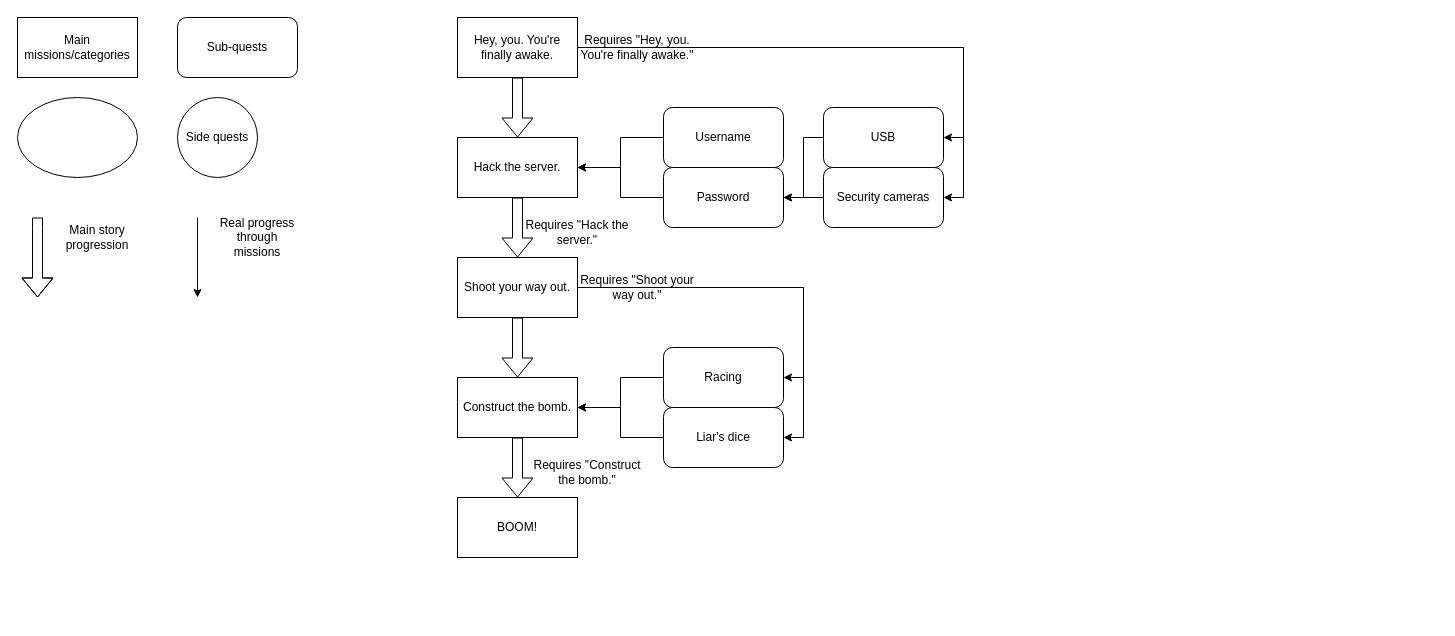
The draw.io diagram quest-tree.drawio in Artx999/cyberSecret, before the edit. Source tidied: cells renumbered, new cells numbered last; positions are measured from the earlier drawing's top-left corner, leaving out a move shared by most shapes. Both pictures are drawn from the tidied source at 100%, with x=0, y=0 at pixel (17, 17).
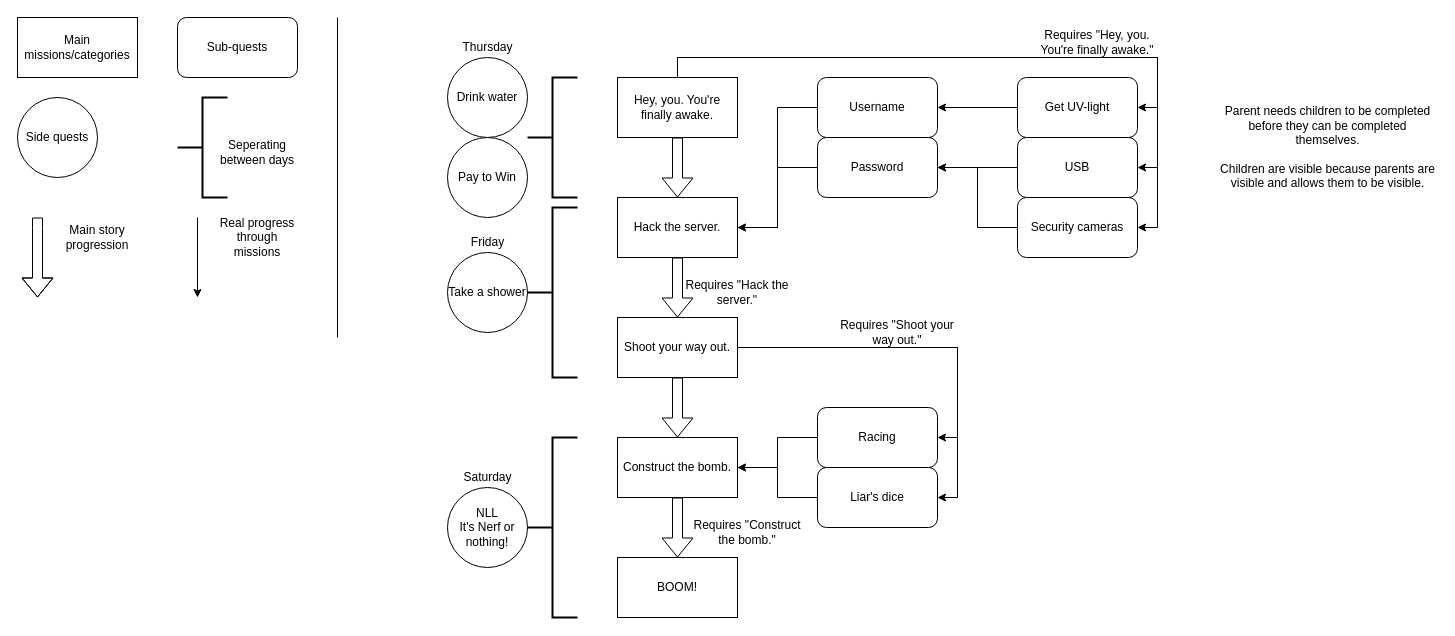
Above is the later version.

Diff of the diagram source:
```diff
@@
     <mxCell id="2" style="edgeStyle=orthogonalEdgeStyle;rounded=0;jettySize=auto;html=1;entryX=1;entryY=0.5;entryDx=0;entryDy=0;" parent="1" edge="1" source="4" target="26">
-      <mxGeometry relative="1" as="geometry" />
+      <mxGeometry relative="1" as="geometry">
+        <Array as="points">
+          <mxPoint x="660" y="40" />
+          <mxPoint x="1140" y="40" />
+          <mxPoint x="1140" y="150" />
+        </Array>
+      </mxGeometry>
     </mxCell>
     <mxCell id="3" style="edgeStyle=orthogonalEdgeStyle;rounded=0;jettySize=auto;html=1;entryX=1;entryY=0.5;entryDx=0;entryDy=0;" parent="1" edge="1" source="4" target="24">
-      <mxGeometry relative="1" as="geometry" />
+      <mxGeometry relative="1" as="geometry">
+        <Array as="points">
+          <mxPoint x="660" y="40" />
+          <mxPoint x="1140" y="40" />
+          <mxPoint x="1140" y="210" />
+        </Array>
+      </mxGeometry>
     </mxCell>
+    <mxCell id="39" style="edgeStyle=orthogonalEdgeStyle;rounded=0;jettySize=auto;html=1;entryX=1;entryY=0.5;entryDx=0;entryDy=0;exitX=0.5;exitY=0;exitDx=0;exitDy=0;" parent="1" edge="1" source="4" target="42">
+      <mxGeometry relative="1" as="geometry">
+        <Array as="points">
+          <mxPoint x="660" y="40" />
+          <mxPoint x="1140" y="40" />
+          <mxPoint x="1140" y="90" />
+        </Array>
+      </mxGeometry>
+    </mxCell>
     <mxCell id="4" value="Hey, you. You're finally awake." style="rounded=0;whiteSpace=wrap;html=1;" parent="1" vertex="1">
-      <mxGeometry x="440" width="120" height="60" as="geometry" />
+      <mxGeometry x="600" y="60" width="120" height="60" as="geometry" />
     </mxCell>
     <mxCell id="5" value="Hack the server." style="rounded=0;whiteSpace=wrap;html=1;" parent="1" vertex="1">
-      <mxGeometry x="440" y="120" width="120" height="60" as="geometry" />
+      <mxGeometry x="600" y="180" width="120" height="60" as="geometry" />
     </mxCell>
@@
-    <mxCell id="8" style="ellipse;whiteSpace=wrap;html=1;" parent="1" vertex="1">
-      <mxGeometry y="80" width="120" height="80" as="geometry" />
-    </mxCell>
     <mxCell id="9" value="Requires &quot;Hey, you. You're finally awake.&quot;" style="text;html=1;strokeColor=none;fillColor=none;align=center;verticalAlign=middle;whiteSpace=wrap;rounded=0;" parent="1" vertex="1">
-      <mxGeometry x="560" y="15" width="120" height="30" as="geometry" />
+      <mxGeometry x="1020" y="10" width="120" height="30" as="geometry" />
     </mxCell>
     <mxCell id="10" value="Construct the bomb." style="rounded=0;whiteSpace=wrap;html=1;" parent="1" vertex="1">
-      <mxGeometry x="440" y="360" width="120" height="60" as="geometry" />
+      <mxGeometry x="600" y="420" width="120" height="60" as="geometry" />
     </mxCell>
     <mxCell id="11" value="Side quests" style="ellipse;whiteSpace=wrap;html=1;" parent="1" vertex="1">
-      <mxGeometry x="160" y="80" width="80" height="80" as="geometry" />
+      <mxGeometry y="80" width="80" height="80" as="geometry" />
     </mxCell>
     <mxCell id="12" value="BOOM!" style="rounded=0;whiteSpace=wrap;html=1;" parent="1" vertex="1">
-      <mxGeometry x="440" y="480" width="120" height="60" as="geometry" />
+      <mxGeometry x="600" y="540" width="120" height="60" as="geometry" />
     </mxCell>
     <mxCell id="13" value="Requires &quot;Shoot your way out.&quot;" style="text;html=1;strokeColor=none;fillColor=none;align=center;verticalAlign=middle;whiteSpace=wrap;rounded=0;" parent="1" vertex="1">
-      <mxGeometry x="560" y="255" width="120" height="30" as="geometry" />
+      <mxGeometry x="820" y="300" width="120" height="30" as="geometry" />
     </mxCell>
     <mxCell id="14" value="Requires &quot;Construct the bomb.&quot;" style="text;html=1;strokeColor=none;fillColor=none;align=center;verticalAlign=middle;whiteSpace=wrap;rounded=0;" parent="1" vertex="1">
-      <mxGeometry x="510" y="440" width="120" height="30" as="geometry" />
+      <mxGeometry x="670" y="500" width="120" height="30" as="geometry" />
     </mxCell>
@@
     <mxCell id="17" value="Shoot your way out." style="rounded=0;whiteSpace=wrap;html=1;" parent="1" vertex="1">
-      <mxGeometry x="440" y="240" width="120" height="60" as="geometry" />
+      <mxGeometry x="600" y="300" width="120" height="60" as="geometry" />
     </mxCell>
     <mxCell id="18" value="Requires &quot;Hack the server.&quot;" style="text;html=1;strokeColor=none;fillColor=none;align=center;verticalAlign=middle;whiteSpace=wrap;rounded=0;" parent="1" vertex="1">
-      <mxGeometry x="500" y="200" width="120" height="30" as="geometry" />
+      <mxGeometry x="660" y="260" width="120" height="30" as="geometry" />
     </mxCell>
@@
     <mxCell id="20" value="Password" style="rounded=1;whiteSpace=wrap;html=1;" parent="1" vertex="1">
-      <mxGeometry x="646" y="150" width="120" height="60" as="geometry" />
+      <mxGeometry x="800" y="120" width="120" height="60" as="geometry" />
     </mxCell>
@@
     <mxCell id="22" value="Username" style="rounded=1;whiteSpace=wrap;html=1;" parent="1" vertex="1">
-      <mxGeometry x="646" y="90" width="120" height="60" as="geometry" />
+      <mxGeometry x="800" y="60" width="120" height="60" as="geometry" />
     </mxCell>
@@
     <mxCell id="24" value="Security cameras" style="rounded=1;whiteSpace=wrap;html=1;" parent="1" vertex="1">
-      <mxGeometry x="806" y="150" width="120" height="60" as="geometry" />
+      <mxGeometry x="1000" y="180" width="120" height="60" as="geometry" />
     </mxCell>
@@
     <mxCell id="26" value="USB" style="rounded=1;whiteSpace=wrap;html=1;" parent="1" vertex="1">
-      <mxGeometry x="806" y="90" width="120" height="60" as="geometry" />
+      <mxGeometry x="1000" y="120" width="120" height="60" as="geometry" />
     </mxCell>
@@
     <mxCell id="28" value="Racing" style="rounded=1;whiteSpace=wrap;html=1;" parent="1" vertex="1">
-      <mxGeometry x="646" y="330" width="120" height="60" as="geometry" />
+      <mxGeometry x="800" y="390" width="120" height="60" as="geometry" />
     </mxCell>
@@
     <mxCell id="30" value="Liar's dice" style="rounded=1;whiteSpace=wrap;html=1;" parent="1" vertex="1">
-      <mxGeometry x="646" y="390" width="120" height="60" as="geometry" />
+      <mxGeometry x="800" y="450" width="120" height="60" as="geometry" />
     </mxCell>
@@
+    <mxCell id="40" value="Drink water" style="ellipse;whiteSpace=wrap;html=1;" parent="1" vertex="1">
+      <mxGeometry x="430" y="40" width="80" height="80" as="geometry" />
+    </mxCell>
+    <mxCell id="41" style="edgeStyle=orthogonalEdgeStyle;rounded=0;jettySize=auto;html=1;entryX=1;entryY=0.5;entryDx=0;entryDy=0;" parent="1" edge="1" source="42" target="22">
+      <mxGeometry relative="1" as="geometry" />
+    </mxCell>
+    <mxCell id="42" value="Get UV-light" style="rounded=1;whiteSpace=wrap;html=1;" parent="1" vertex="1">
+      <mxGeometry x="1000" y="60" width="120" height="60" as="geometry" />
+    </mxCell>
+    <mxCell id="43" value="Pay to Win" style="ellipse;whiteSpace=wrap;html=1;" parent="1" vertex="1">
+      <mxGeometry x="430" y="120" width="80" height="80" as="geometry" />
+    </mxCell>
+    <mxCell id="44" value="Take a shower" style="ellipse;whiteSpace=wrap;html=1;" parent="1" vertex="1">
+      <mxGeometry x="430" y="235" width="80" height="80" as="geometry" />
+    </mxCell>
+    <mxCell id="45" value="NLL&lt;br&gt;It's Nerf or nothing!" style="ellipse;whiteSpace=wrap;html=1;" parent="1" vertex="1">
+      <mxGeometry x="430" y="470" width="80" height="80" as="geometry" />
+    </mxCell>
+    <mxCell id="46" value="Thursday" style="text;html=1;align=center;verticalAlign=middle;" parent="1" vertex="1">
+      <mxGeometry x="435" y="20" width="70" height="20" as="geometry" />
+    </mxCell>
+    <mxCell id="47" value="Friday" style="text;html=1;align=center;verticalAlign=middle;" parent="1" vertex="1">
+      <mxGeometry x="445" y="215" width="50" height="20" as="geometry" />
+    </mxCell>
+    <mxCell id="48" value="Saturday" style="text;html=1;align=center;verticalAlign=middle;" parent="1" vertex="1">
+      <mxGeometry x="440" y="450" width="60" height="20" as="geometry" />
+    </mxCell>
+    <mxCell id="49" style="strokeWidth=2;html=1;shape=mxgraph.flowchart.annotation_2;align=left;labelPosition=right;" parent="1" vertex="1">
+      <mxGeometry x="510" y="420" width="50" height="180" as="geometry" />
+    </mxCell>
+    <mxCell id="50" style="strokeWidth=2;html=1;shape=mxgraph.flowchart.annotation_2;align=left;labelPosition=right;" parent="1" vertex="1">
+      <mxGeometry x="510" y="190" width="50" height="170" as="geometry" />
+    </mxCell>
+    <mxCell id="51" style="strokeWidth=2;html=1;shape=mxgraph.flowchart.annotation_2;align=left;labelPosition=right;" parent="1" vertex="1">
+      <mxGeometry x="510" y="60" width="50" height="120" as="geometry" />
+    </mxCell>
+    <mxCell id="52" style="strokeWidth=2;html=1;shape=mxgraph.flowchart.annotation_2;align=left;labelPosition=right;" parent="1" vertex="1">
+      <mxGeometry x="160" y="80" width="50" height="100" as="geometry" />
+    </mxCell>
+    <mxCell id="53" value="Seperating between days" style="text;html=1;strokeColor=none;fillColor=none;align=center;verticalAlign=middle;whiteSpace=wrap;rounded=0;" parent="1" vertex="1">
+      <mxGeometry x="200" y="120" width="80" height="30" as="geometry" />
+    </mxCell>
+    <mxCell id="54" style="endArrow=none;html=1;" parent="1" edge="1">
+      <mxGeometry relative="1" as="geometry">
+        <mxPoint x="320" y="320" as="sourcePoint" />
+        <mxPoint x="320" as="targetPoint" />
+      </mxGeometry>
+    </mxCell>
+    <mxCell id="55" value="Parent needs children to be completed before they can be completed themselves.&lt;br&gt;&lt;br&gt;Children are visible because parents are visible and allows them to be visible." style="text;html=1;strokeColor=none;fillColor=none;align=center;verticalAlign=middle;whiteSpace=wrap;rounded=0;" parent="1" vertex="1">
+      <mxGeometry x="1201" y="80" width="219" height="100" as="geometry" />
+    </mxCell>
```
